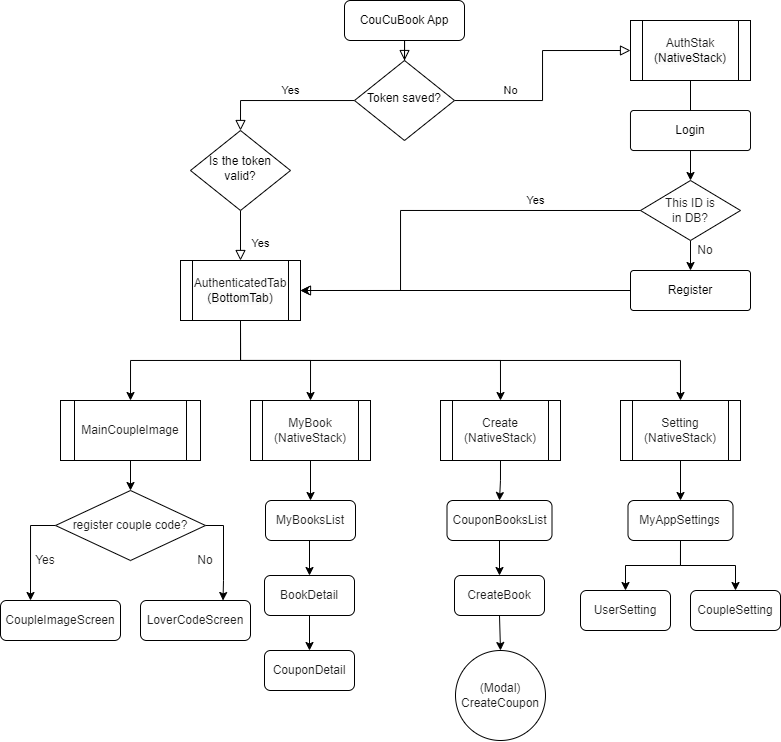
The draw.io diagram readme_img/커쿠북앱구성도2.png in Mokdasoo/CouCuBook, before a commit. Source tidied: cells renumbered, new cells last; positions are measured from the earlier drawing's top-left corner, leaving out a move shared by most shapes. The source it was exported from:
```xml
<mxGraphModel background="#FFFFFF">
  <root>
    <mxCell id="0" />
    <mxCell id="1" parent="0" />
    <mxCell id="2" style="rounded=0;html=1;jettySize=auto;fontSize=11;endArrow=block;endFill=0;endSize=8;strokeWidth=1;shadow=0;labelBackgroundColor=none;edgeStyle=orthogonalEdgeStyle;" parent="1" edge="1" source="3" target="6">
      <mxGeometry relative="1" as="geometry" />
    </mxCell>
    <mxCell id="3" value="CouCuBook App" style="rounded=1;whiteSpace=wrap;html=1;fontSize=12;glass=0;strokeWidth=1;shadow=0;" parent="1" vertex="1">
      <mxGeometry x="344" width="120" height="40" as="geometry" />
    </mxCell>
    <mxCell id="4" value="Yes" style="rounded=0;html=1;jettySize=auto;fontSize=11;endArrow=block;endFill=0;endSize=8;strokeWidth=1;shadow=0;labelBackgroundColor=none;edgeStyle=orthogonalEdgeStyle;entryX=0;entryY=0.5;entryDx=0;entryDy=0;" parent="1" edge="1" source="6" target="10">
      <mxGeometry x="-1" y="164" relative="1" as="geometry">
        <mxPoint x="-164" y="154" as="offset" />
      </mxGeometry>
    </mxCell>
    <mxCell id="5" value="No" style="edgeStyle=orthogonalEdgeStyle;rounded=0;html=1;jettySize=auto;fontSize=11;endArrow=block;endFill=0;endSize=8;strokeWidth=1;shadow=0;labelBackgroundColor=none;entryX=0.5;entryY=0;entryDx=0;entryDy=0;" parent="1" edge="1" source="6" target="8">
      <mxGeometry x="-1" y="-156" relative="1" as="geometry">
        <mxPoint x="156" y="146" as="offset" />
      </mxGeometry>
    </mxCell>
    <mxCell id="6" value="Token saved?" style="rhombus;whiteSpace=wrap;html=1;shadow=0;fontFamily=Helvetica;fontSize=12;align=center;strokeWidth=1;spacing=6;spacingTop=-4;" parent="1" vertex="1">
      <mxGeometry x="354" y="60" width="100" height="80" as="geometry" />
    </mxCell>
    <mxCell id="7" value="Yes" style="rounded=0;html=1;jettySize=auto;fontSize=11;endArrow=block;endFill=0;endSize=8;strokeWidth=1;shadow=0;labelBackgroundColor=none;edgeStyle=orthogonalEdgeStyle;entryX=0.5;entryY=0;entryDx=0;entryDy=0;" parent="1" edge="1" source="8" target="15">
      <mxGeometry x="0.33" y="20" relative="1" as="geometry" />
    </mxCell>
    <mxCell id="8" value="Is the token valid?" style="rhombus;whiteSpace=wrap;html=1;shadow=0;fontFamily=Helvetica;fontSize=12;align=center;strokeWidth=1;spacing=6;spacingTop=-4;" parent="1" vertex="1">
      <mxGeometry x="190" y="130" width="100" height="80" as="geometry" />
    </mxCell>
    <mxCell id="9" value="Login" style="rounded=1;whiteSpace=wrap;html=1;arcSize=8;" parent="1" vertex="1">
      <mxGeometry x="630" y="110" width="120" height="40" as="geometry" />
    </mxCell>
    <mxCell id="10" value="AuthStak&lt;br style=&quot;border-color: var(--border-color); color: rgb(0, 0, 0); background-color: rgb(251, 251, 251);&quot;&gt;&lt;span style=&quot;color: rgb(0, 0, 0); background-color: rgb(251, 251, 251);&quot;&gt;(NativeStack)&lt;/span&gt;" style="shape=process;whiteSpace=wrap;html=1;backgroundOutline=1;labelBackgroundColor=#FFFFFF;fontColor=#1E1E1E;" parent="1" vertex="1">
      <mxGeometry x="630" y="20" width="120" height="60" as="geometry" />
    </mxCell>
    <mxCell id="11" style="edgeStyle=orthogonalEdgeStyle;rounded=0;jettySize=auto;html=1;exitX=0.5;exitY=1;exitDx=0;exitDy=0;entryX=0.5;entryY=0;entryDx=0;entryDy=0;fontColor=#1E1E1E;" parent="1" edge="1" source="15" target="25">
      <mxGeometry relative="1" as="geometry" />
    </mxCell>
    <mxCell id="12" style="edgeStyle=orthogonalEdgeStyle;rounded=0;jettySize=auto;html=1;exitX=0.5;exitY=1;exitDx=0;exitDy=0;entryX=0.5;entryY=0;entryDx=0;entryDy=0;fontColor=#1E1E1E;" parent="1" edge="1" source="15" target="27">
      <mxGeometry relative="1" as="geometry" />
    </mxCell>
    <mxCell id="13" style="edgeStyle=orthogonalEdgeStyle;rounded=0;jettySize=auto;html=1;exitX=0.5;exitY=1;exitDx=0;exitDy=0;entryX=0.5;entryY=0;entryDx=0;entryDy=0;fontColor=#1E1E1E;" parent="1" edge="1" source="15" target="29">
      <mxGeometry relative="1" as="geometry" />
    </mxCell>
    <mxCell id="14" style="edgeStyle=orthogonalEdgeStyle;rounded=0;jettySize=auto;html=1;exitX=0.5;exitY=1;exitDx=0;exitDy=0;entryX=0.5;entryY=0;entryDx=0;entryDy=0;fontColor=#1E1E1E;" parent="1" edge="1" source="15" target="31">
      <mxGeometry relative="1" as="geometry" />
    </mxCell>
    <mxCell id="15" value="AuthenticatedTab&lt;br style=&quot;border-color: var(--border-color); color: rgb(0, 0, 0); background-color: rgb(251, 251, 251);&quot;&gt;&lt;span style=&quot;color: rgb(0, 0, 0); background-color: rgb(251, 251, 251);&quot;&gt;(BottomTab)&lt;/span&gt;" style="shape=process;whiteSpace=wrap;html=1;backgroundOutline=1;labelBackgroundColor=#FFFFFF;fontColor=#1E1E1E;" parent="1" vertex="1">
      <mxGeometry x="180" y="260" width="120" height="60" as="geometry" />
    </mxCell>
    <mxCell id="16" style="edgeStyle=orthogonalEdgeStyle;rounded=0;jettySize=auto;html=1;exitX=0;exitY=0.5;exitDx=0;exitDy=0;fontColor=#1E1E1E;" parent="1" edge="1" source="17">
      <mxGeometry relative="1" as="geometry">
        <mxPoint x="300" y="290" as="targetPoint" />
      </mxGeometry>
    </mxCell>
    <mxCell id="17" value="Register" style="rounded=1;whiteSpace=wrap;html=1;arcSize=8;" parent="1" vertex="1">
      <mxGeometry x="630" y="270" width="120" height="40" as="geometry" />
    </mxCell>
    <mxCell id="18" style="endArrow=none;html=1;rounded=0;fontColor=#1E1E1E;entryX=0.5;entryY=1;entryDx=0;entryDy=0;exitX=0.5;exitY=0;exitDx=0;exitDy=0;" parent="1" edge="1" source="9" target="10">
      <mxGeometry relative="1" as="geometry" />
    </mxCell>
    <mxCell id="19" style="edgeStyle=orthogonalEdgeStyle;rounded=0;jettySize=auto;html=1;exitX=0.5;exitY=1;exitDx=0;exitDy=0;entryX=0.5;entryY=0;entryDx=0;entryDy=0;fontColor=#1E1E1E;" parent="1" edge="1" source="20" target="17">
      <mxGeometry relative="1" as="geometry" />
    </mxCell>
    <mxCell id="20" value="This ID is &lt;br&gt;in DB?" style="rhombus;whiteSpace=wrap;html=1;labelBackgroundColor=#FFFFFF;fontColor=#1E1E1E;" parent="1" vertex="1">
      <mxGeometry x="640" y="180" width="100" height="60" as="geometry" />
    </mxCell>
    <mxCell id="21" style="endArrow=classic;html=1;rounded=0;fontColor=#1E1E1E;entryX=0.5;entryY=0;entryDx=0;entryDy=0;" parent="1" edge="1" source="9" target="20">
      <mxGeometry relative="1" as="geometry" />
    </mxCell>
    <mxCell id="22" value="Yes" style="edgeStyle=orthogonalEdgeStyle;rounded=0;html=1;jettySize=auto;fontSize=11;endArrow=block;endFill=0;endSize=8;strokeWidth=1;shadow=0;labelBackgroundColor=none;exitX=0;exitY=0.5;exitDx=0;exitDy=0;entryX=1;entryY=0.5;entryDx=0;entryDy=0;" parent="1" edge="1" source="20" target="15">
      <mxGeometry x="-0.5" y="-10" relative="1" as="geometry">
        <Array as="points">
          <mxPoint x="400" y="210" />
          <mxPoint x="400" y="290" />
        </Array>
      </mxGeometry>
    </mxCell>
    <mxCell id="23" value="No" style="text;strokeColor=none;align=center;fillColor=none;html=1;verticalAlign=middle;whiteSpace=wrap;rounded=0;fontColor=#1E1E1E;" parent="1" vertex="1">
      <mxGeometry x="690" y="240" width="30" height="20" as="geometry" />
    </mxCell>
    <mxCell id="24" style="edgeStyle=orthogonalEdgeStyle;rounded=0;jettySize=auto;html=1;exitX=0.5;exitY=1;exitDx=0;exitDy=0;entryX=0.5;entryY=0;entryDx=0;entryDy=0;fontColor=#1E1E1E;" parent="1" edge="1" source="25" target="34">
      <mxGeometry relative="1" as="geometry" />
    </mxCell>
    <mxCell id="25" value="MainCoupleImage" style="shape=process;whiteSpace=wrap;html=1;backgroundOutline=1;labelBackgroundColor=#FFFFFF;fontColor=#1E1E1E;" parent="1" vertex="1">
      <mxGeometry x="60" y="400" width="140" height="60" as="geometry" />
    </mxCell>
    <mxCell id="26" style="edgeStyle=orthogonalEdgeStyle;rounded=0;jettySize=auto;html=1;exitX=0.5;exitY=1;exitDx=0;exitDy=0;entryX=0.5;entryY=0;entryDx=0;entryDy=0;fontColor=#1E1E1E;" parent="1" edge="1" source="27" target="40">
      <mxGeometry relative="1" as="geometry" />
    </mxCell>
    <mxCell id="27" value="MyBook&lt;br&gt;(NativeStack)" style="shape=process;whiteSpace=wrap;html=1;backgroundOutline=1;labelBackgroundColor=#FFFFFF;fontColor=#1E1E1E;" parent="1" vertex="1">
      <mxGeometry x="250" y="400" width="120" height="60" as="geometry" />
    </mxCell>
    <mxCell id="28" style="edgeStyle=orthogonalEdgeStyle;rounded=0;jettySize=auto;html=1;exitX=0.5;exitY=1;exitDx=0;exitDy=0;entryX=0.5;entryY=0;entryDx=0;entryDy=0;fontColor=#1E1E1E;" parent="1" edge="1" source="29" target="45">
      <mxGeometry relative="1" as="geometry" />
    </mxCell>
    <mxCell id="29" value="Create&lt;br style=&quot;border-color: var(--border-color);&quot;&gt;(NativeStack)" style="shape=process;whiteSpace=wrap;html=1;backgroundOutline=1;labelBackgroundColor=#FFFFFF;fontColor=#1E1E1E;" parent="1" vertex="1">
      <mxGeometry x="440" y="400" width="120" height="60" as="geometry" />
    </mxCell>
    <mxCell id="30" style="edgeStyle=orthogonalEdgeStyle;rounded=0;jettySize=auto;html=1;exitX=0.5;exitY=1;exitDx=0;exitDy=0;entryX=0.5;entryY=0;entryDx=0;entryDy=0;fontColor=#1E1E1E;" parent="1" edge="1" source="31" target="51">
      <mxGeometry relative="1" as="geometry" />
    </mxCell>
    <mxCell id="31" value="Setting&lt;br style=&quot;border-color: var(--border-color);&quot;&gt;(NativeStack)" style="shape=process;whiteSpace=wrap;html=1;backgroundOutline=1;labelBackgroundColor=#FFFFFF;fontColor=#1E1E1E;" parent="1" vertex="1">
      <mxGeometry x="620" y="400" width="120" height="60" as="geometry" />
    </mxCell>
    <mxCell id="32" style="edgeStyle=orthogonalEdgeStyle;rounded=0;jettySize=auto;html=1;exitX=0;exitY=0.5;exitDx=0;exitDy=0;entryX=0.25;entryY=0;entryDx=0;entryDy=0;fontColor=#1E1E1E;" parent="1" edge="1" source="34" target="35">
      <mxGeometry relative="1" as="geometry" />
    </mxCell>
    <mxCell id="33" style="edgeStyle=orthogonalEdgeStyle;rounded=0;jettySize=auto;html=1;exitX=1;exitY=0.5;exitDx=0;exitDy=0;entryX=0.75;entryY=0;entryDx=0;entryDy=0;fontColor=#1E1E1E;" parent="1" edge="1" source="34" target="36">
      <mxGeometry relative="1" as="geometry">
        <Array as="points">
          <mxPoint x="223" y="525" />
          <mxPoint x="223" y="580" />
        </Array>
      </mxGeometry>
    </mxCell>
    <mxCell id="34" value="register couple code?" style="rhombus;whiteSpace=wrap;html=1;labelBackgroundColor=#FFFFFF;fontColor=#1E1E1E;" parent="1" vertex="1">
      <mxGeometry x="55" y="490" width="150" height="70" as="geometry" />
    </mxCell>
    <mxCell id="35" value="CoupleImageScreen" style="rounded=1;whiteSpace=wrap;html=1;labelBackgroundColor=#FFFFFF;fontColor=#1E1E1E;" parent="1" vertex="1">
      <mxGeometry y="600" width="120" height="40" as="geometry" />
    </mxCell>
    <mxCell id="36" value="LoverCodeScreen" style="rounded=1;whiteSpace=wrap;html=1;labelBackgroundColor=#FFFFFF;fontColor=#1E1E1E;" parent="1" vertex="1">
      <mxGeometry x="140" y="600" width="110" height="40" as="geometry" />
    </mxCell>
    <mxCell id="37" value="Yes" style="text;strokeColor=none;align=center;fillColor=none;html=1;verticalAlign=middle;whiteSpace=wrap;rounded=0;fontColor=#1E1E1E;" parent="1" vertex="1">
      <mxGeometry x="20" y="550" width="50" height="20" as="geometry" />
    </mxCell>
    <mxCell id="38" value="No" style="text;strokeColor=none;align=center;fillColor=none;html=1;verticalAlign=middle;whiteSpace=wrap;rounded=0;fontColor=#1E1E1E;" parent="1" vertex="1">
      <mxGeometry x="180" y="550" width="50" height="20" as="geometry" />
    </mxCell>
    <mxCell id="39" style="edgeStyle=orthogonalEdgeStyle;rounded=0;jettySize=auto;html=1;exitX=0.5;exitY=1;exitDx=0;exitDy=0;entryX=0.5;entryY=0;entryDx=0;entryDy=0;fontColor=#1E1E1E;" parent="1" edge="1" source="40" target="42">
      <mxGeometry relative="1" as="geometry" />
    </mxCell>
    <mxCell id="40" value="MyBooksList" style="rounded=1;whiteSpace=wrap;html=1;labelBackgroundColor=#FFFFFF;fontColor=#1E1E1E;" parent="1" vertex="1">
      <mxGeometry x="265" y="500" width="90" height="40" as="geometry" />
    </mxCell>
    <mxCell id="41" style="edgeStyle=orthogonalEdgeStyle;rounded=0;jettySize=auto;html=1;exitX=0.5;exitY=1;exitDx=0;exitDy=0;entryX=0.5;entryY=0;entryDx=0;entryDy=0;fontColor=#1E1E1E;" parent="1" edge="1" source="42" target="43">
      <mxGeometry relative="1" as="geometry" />
    </mxCell>
    <mxCell id="42" value="BookDetail" style="rounded=1;whiteSpace=wrap;html=1;labelBackgroundColor=#FFFFFF;fontColor=#1E1E1E;" parent="1" vertex="1">
      <mxGeometry x="264" y="575" width="90" height="40" as="geometry" />
    </mxCell>
    <mxCell id="43" value="CouponDetail" style="rounded=1;whiteSpace=wrap;html=1;labelBackgroundColor=#FFFFFF;fontColor=#1E1E1E;" parent="1" vertex="1">
      <mxGeometry x="264" y="650" width="90" height="40" as="geometry" />
    </mxCell>
    <mxCell id="44" style="edgeStyle=orthogonalEdgeStyle;rounded=0;jettySize=auto;html=1;exitX=0.5;exitY=1;exitDx=0;exitDy=0;entryX=0.5;entryY=0;entryDx=0;entryDy=0;fontColor=#1E1E1E;" parent="1" edge="1" source="45" target="47">
      <mxGeometry relative="1" as="geometry" />
    </mxCell>
    <mxCell id="45" value="CouponBooksList" style="rounded=1;whiteSpace=wrap;html=1;labelBackgroundColor=#FFFFFF;fontColor=#1E1E1E;" parent="1" vertex="1">
      <mxGeometry x="446.5" y="500" width="105" height="40" as="geometry" />
    </mxCell>
    <mxCell id="46" style="edgeStyle=orthogonalEdgeStyle;rounded=0;jettySize=auto;html=1;exitX=0.5;exitY=1;exitDx=0;exitDy=0;entryX=0.5;entryY=0;entryDx=0;entryDy=0;fontColor=#1E1E1E;" parent="1" edge="1" source="47" target="48">
      <mxGeometry relative="1" as="geometry" />
    </mxCell>
    <mxCell id="47" value="CreateBook" style="rounded=1;whiteSpace=wrap;html=1;labelBackgroundColor=#FFFFFF;fontColor=#1E1E1E;" parent="1" vertex="1">
      <mxGeometry x="454" y="575" width="90" height="40" as="geometry" />
    </mxCell>
    <mxCell id="48" value="(Modal)&lt;br&gt;CreateCoupon" style="ellipse;whiteSpace=wrap;html=1;labelBackgroundColor=#FFFFFF;fontColor=#1E1E1E;" parent="1" vertex="1">
      <mxGeometry x="455" y="650" width="90" height="90" as="geometry" />
    </mxCell>
    <mxCell id="49" style="edgeStyle=orthogonalEdgeStyle;rounded=0;jettySize=auto;html=1;exitX=0.5;exitY=1;exitDx=0;exitDy=0;entryX=0.5;entryY=0;entryDx=0;entryDy=0;fontColor=#1E1E1E;" parent="1" edge="1" source="51" target="52">
      <mxGeometry relative="1" as="geometry" />
    </mxCell>
    <mxCell id="50" style="edgeStyle=orthogonalEdgeStyle;rounded=0;jettySize=auto;html=1;exitX=0.5;exitY=1;exitDx=0;exitDy=0;entryX=0.5;entryY=0;entryDx=0;entryDy=0;fontColor=#1E1E1E;" parent="1" edge="1" source="51" target="53">
      <mxGeometry relative="1" as="geometry" />
    </mxCell>
    <mxCell id="51" value="MyAppSettings" style="rounded=1;whiteSpace=wrap;html=1;labelBackgroundColor=#FFFFFF;fontColor=#1E1E1E;" parent="1" vertex="1">
      <mxGeometry x="627.5" y="500" width="105" height="40" as="geometry" />
    </mxCell>
    <mxCell id="52" value="UserSetting" style="rounded=1;whiteSpace=wrap;html=1;labelBackgroundColor=#FFFFFF;fontColor=#1E1E1E;" parent="1" vertex="1">
      <mxGeometry x="580" y="590" width="90" height="40" as="geometry" />
    </mxCell>
    <mxCell id="53" value="CoupleSetting" style="rounded=1;whiteSpace=wrap;html=1;labelBackgroundColor=#FFFFFF;fontColor=#1E1E1E;" parent="1" vertex="1">
      <mxGeometry x="690" y="590" width="90" height="40" as="geometry" />
    </mxCell>
  </root>
</mxGraphModel>
```
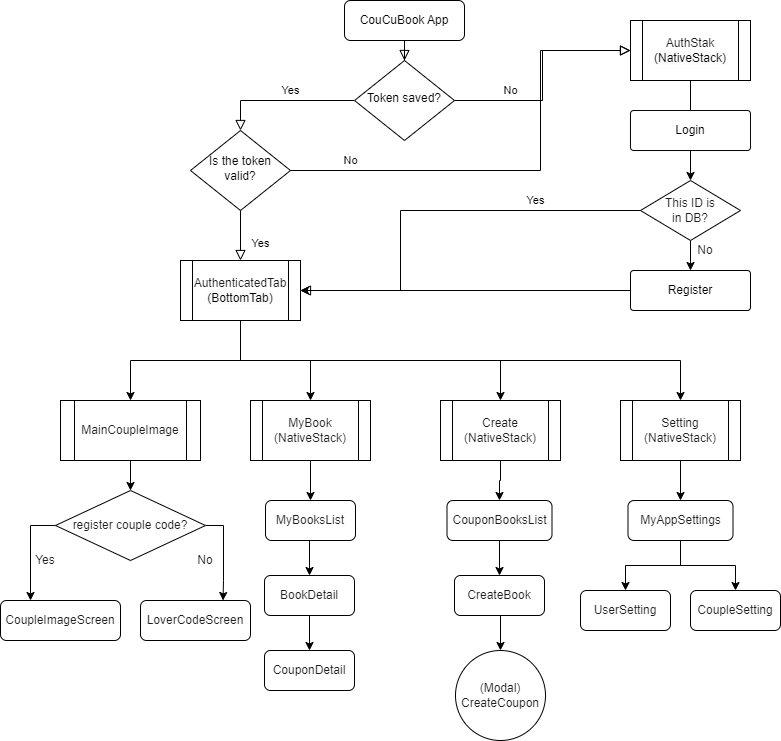
The same diagram one commit later.

Change to the diagram source:
```diff
@@ -174,5 +174,13 @@
     <mxCell id="53" value="CoupleSetting" style="rounded=1;whiteSpace=wrap;html=1;labelBackgroundColor=#FFFFFF;fontColor=#1E1E1E;" parent="1" vertex="1">
       <mxGeometry x="690" y="590" width="90" height="40" as="geometry" />
     </mxCell>
+    <mxCell id="54" value="No" style="rounded=0;html=1;jettySize=auto;fontSize=11;endArrow=block;endFill=0;endSize=8;strokeWidth=1;shadow=0;labelBackgroundColor=none;edgeStyle=orthogonalEdgeStyle;entryX=0;entryY=0.5;entryDx=0;entryDy=0;exitX=1;exitY=0.5;exitDx=0;exitDy=0;" parent="1" edge="1" source="8" target="10">
+      <mxGeometry x="-0.74" y="10" relative="1" as="geometry">
+        <Array as="points">
+          <mxPoint x="540" y="170" />
+          <mxPoint x="540" y="50" />
+        </Array>
+      </mxGeometry>
+    </mxCell>
   </root>
 </mxGraphModel>
```
